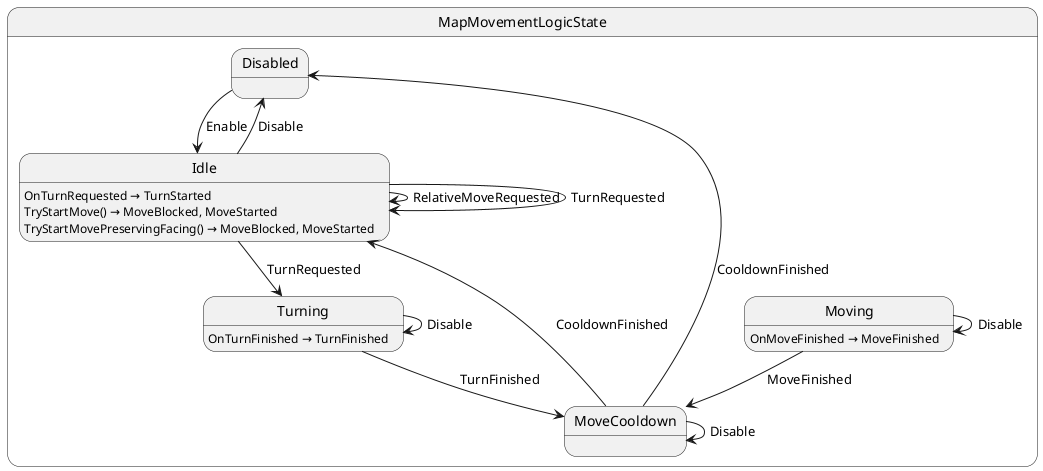
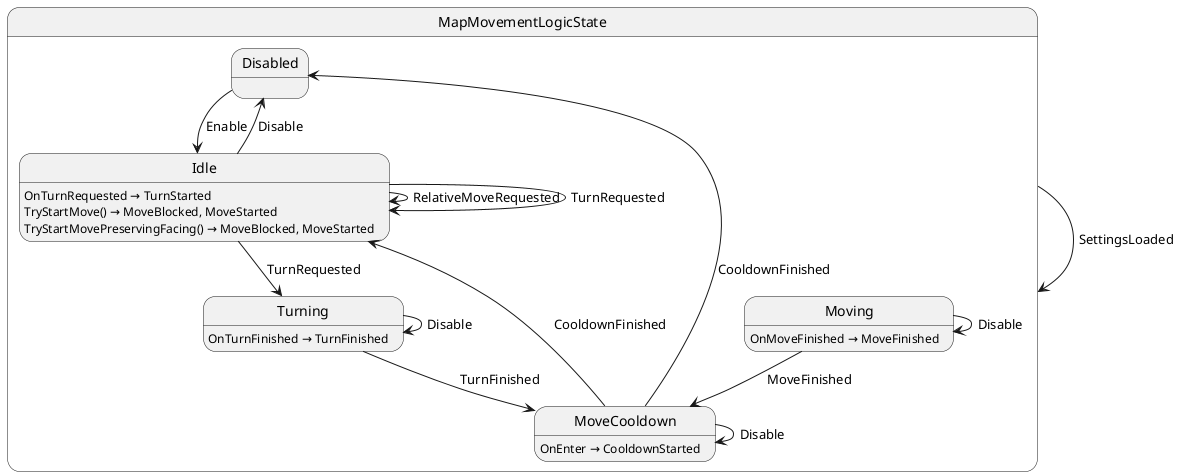
@startuml MapMovementLogicState
state "MapMovementLogicState" as Labyrinth_MapMovementLogicState {
  state "Disabled" as Labyrinth_MapMovementLogicState_Disabled
  state "Idle" as Labyrinth_MapMovementLogicState_Idle
  state "MoveCooldown" as Labyrinth_MapMovementLogicState_MoveCooldown
  state "Moving" as Labyrinth_MapMovementLogicState_Moving
  state "Turning" as Labyrinth_MapMovementLogicState_Turning
}

+ Labyrinth_MapMovementLogicState --> Labyrinth_MapMovementLogicState : SettingsLoaded
Labyrinth_MapMovementLogicState_Disabled --> Labyrinth_MapMovementLogicState_Idle : Enable
Labyrinth_MapMovementLogicState_Idle --> Labyrinth_MapMovementLogicState_Disabled : Disable
Labyrinth_MapMovementLogicState_Idle --> Labyrinth_MapMovementLogicState_Idle : RelativeMoveRequested
Labyrinth_MapMovementLogicState_Idle --> Labyrinth_MapMovementLogicState_Idle : TurnRequested
Labyrinth_MapMovementLogicState_Idle --> Labyrinth_MapMovementLogicState_Turning : TurnRequested
Labyrinth_MapMovementLogicState_MoveCooldown --> Labyrinth_MapMovementLogicState_Disabled : CooldownFinished
Labyrinth_MapMovementLogicState_MoveCooldown --> Labyrinth_MapMovementLogicState_Idle : CooldownFinished
Labyrinth_MapMovementLogicState_MoveCooldown --> Labyrinth_MapMovementLogicState_MoveCooldown : Disable
Labyrinth_MapMovementLogicState_Moving --> Labyrinth_MapMovementLogicState_MoveCooldown : MoveFinished
Labyrinth_MapMovementLogicState_Moving --> Labyrinth_MapMovementLogicState_Moving : Disable
Labyrinth_MapMovementLogicState_Turning --> Labyrinth_MapMovementLogicState_MoveCooldown : TurnFinished
Labyrinth_MapMovementLogicState_Turning --> Labyrinth_MapMovementLogicState_Turning : Disable

Labyrinth_MapMovementLogicState_Idle : OnTurnRequested → TurnStarted
Labyrinth_MapMovementLogicState_Idle : TryStartMove() → MoveBlocked, MoveStarted
Labyrinth_MapMovementLogicState_Idle : TryStartMovePreservingFacing() → MoveBlocked, MoveStarted
+ Labyrinth_MapMovementLogicState_MoveCooldown : OnEnter → CooldownStarted
Labyrinth_MapMovementLogicState_Moving : OnMoveFinished → MoveFinished
Labyrinth_MapMovementLogicState_Turning : OnTurnFinished → TurnFinished
@enduml